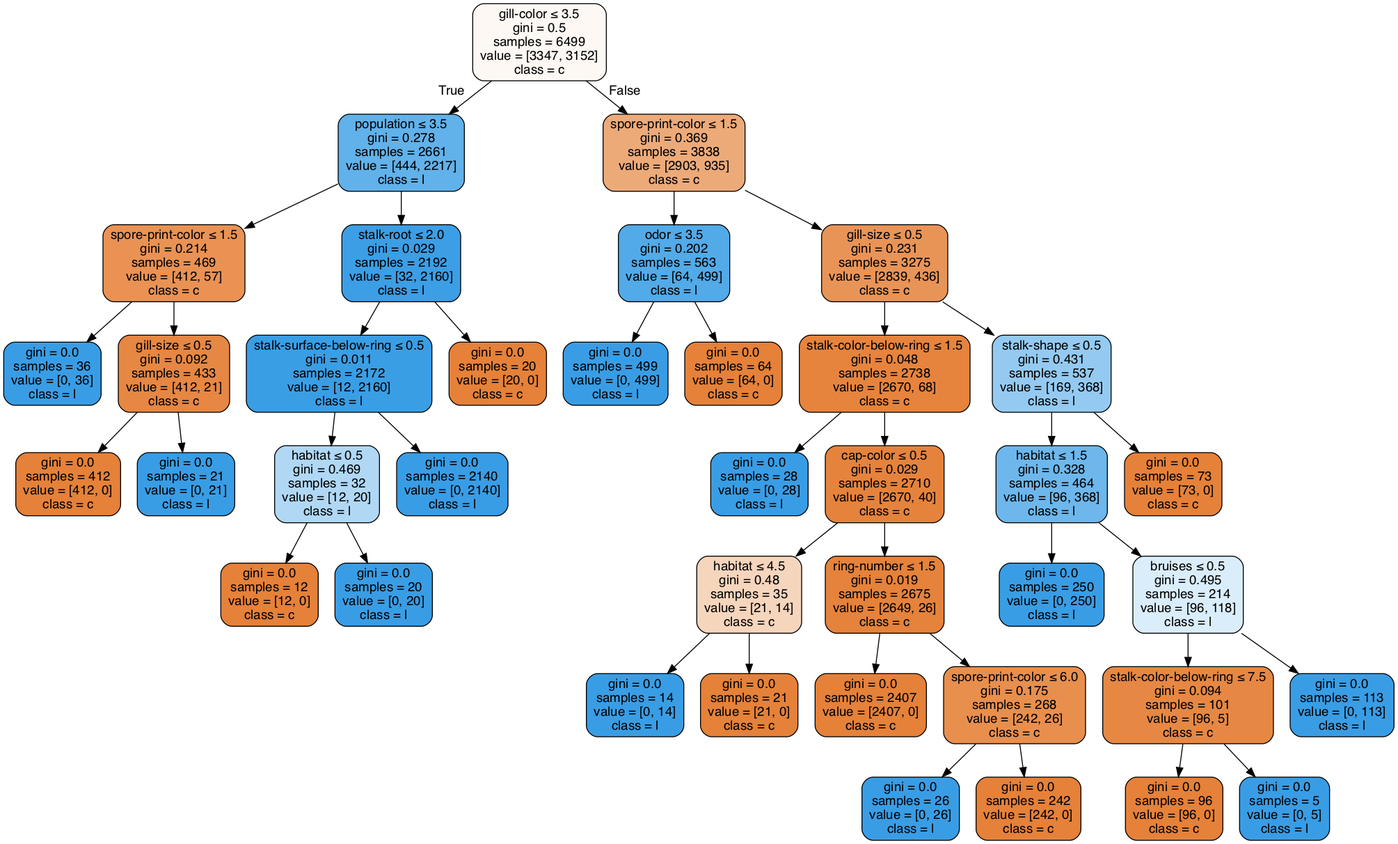
The Graphviz diagram Lab02/clf-80-20.gv.png in anhle199/Intro2AI-HCMUS, before a commit. Its source is kept beside it as Lab02/clf-80-20.gv.
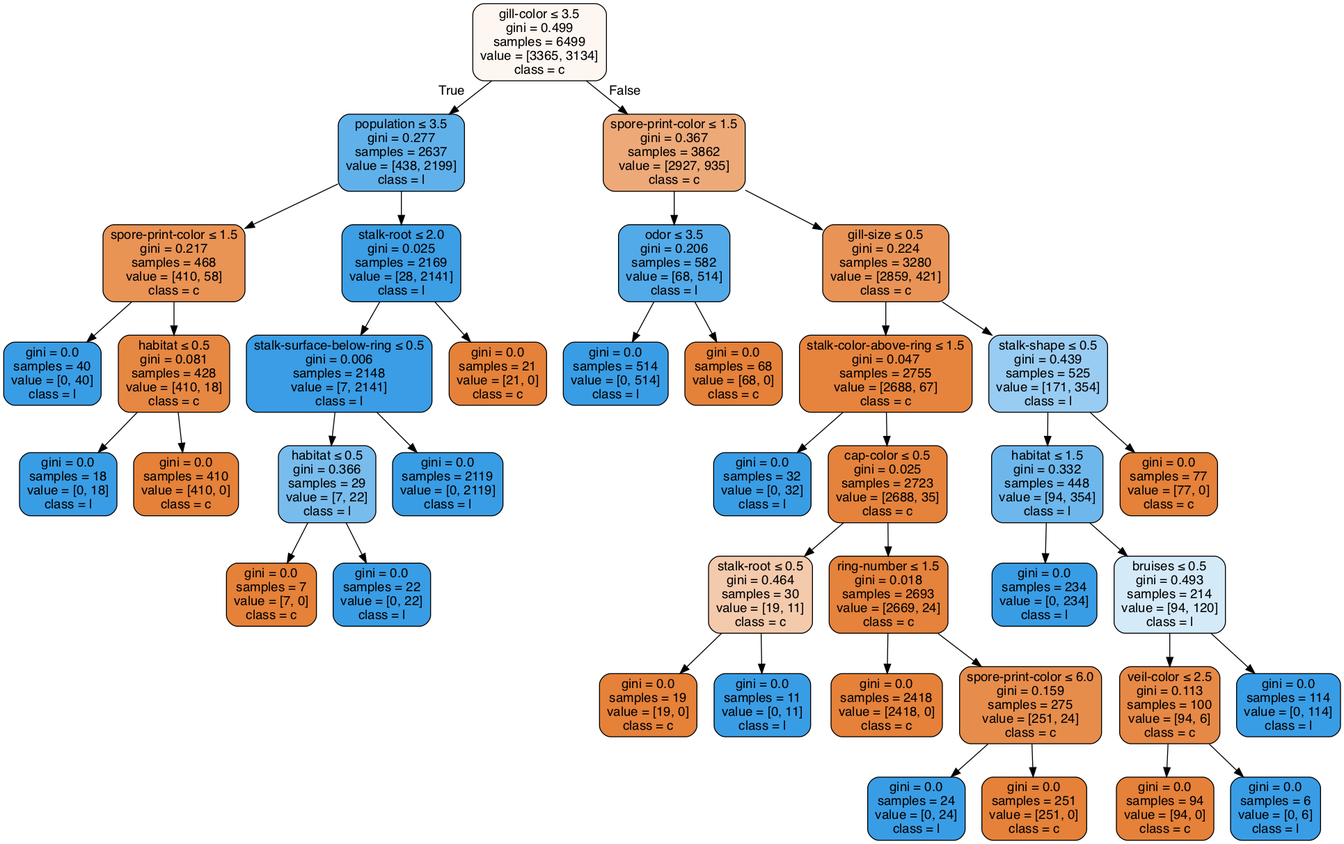
After the change.

The edit, as a diff of the source:
```diff
@@ -1,81 +1,81 @@
 digraph Tree {
 node [shape=box, style="filled, rounded", color="black", fontname=helvetica] ;
 edge [fontname=helvetica] ;
-0 [label=<gill-color &le; 3.5<br/>gini = 0.5<br/>samples = 6499<br/>value = [3347, 3152]<br/>class = c>, fillcolor="#fdf8f3"] ;
-1 [label=<population &le; 3.5<br/>gini = 0.278<br/>samples = 2661<br/>value = [444, 2217]<br/>class = l>, fillcolor="#61b1ea"] ;
+0 [label=<gill-color &le; 3.5<br/>gini = 0.499<br/>samples = 6499<br/>value = [3365, 3134]<br/>class = c>, fillcolor="#fdf6f1"] ;
+1 [label=<population &le; 3.5<br/>gini = 0.277<br/>samples = 2637<br/>value = [438, 2199]<br/>class = l>, fillcolor="#60b1ea"] ;
 0 -> 1 [labeldistance=2.5, labelangle=45, headlabel="True"] ;
-2 [label=<spore-print-color &le; 1.5<br/>gini = 0.214<br/>samples = 469<br/>value = [412, 57]<br/>class = c>, fillcolor="#e99254"] ;
+2 [label=<spore-print-color &le; 1.5<br/>gini = 0.217<br/>samples = 468<br/>value = [410, 58]<br/>class = c>, fillcolor="#e99355"] ;
 1 -> 2 ;
-3 [label=<gini = 0.0<br/>samples = 36<br/>value = [0, 36]<br/>class = l>, fillcolor="#399de5"] ;
+3 [label=<gini = 0.0<br/>samples = 40<br/>value = [0, 40]<br/>class = l>, fillcolor="#399de5"] ;
 2 -> 3 ;
-4 [label=<gill-size &le; 0.5<br/>gini = 0.092<br/>samples = 433<br/>value = [412, 21]<br/>class = c>, fillcolor="#e68743"] ;
+4 [label=<habitat &le; 0.5<br/>gini = 0.081<br/>samples = 428<br/>value = [410, 18]<br/>class = c>, fillcolor="#e68742"] ;
 2 -> 4 ;
-5 [label=<gini = 0.0<br/>samples = 412<br/>value = [412, 0]<br/>class = c>, fillcolor="#e58139"] ;
+5 [label=<gini = 0.0<br/>samples = 18<br/>value = [0, 18]<br/>class = l>, fillcolor="#399de5"] ;
 4 -> 5 ;
-6 [label=<gini = 0.0<br/>samples = 21<br/>value = [0, 21]<br/>class = l>, fillcolor="#399de5"] ;
+6 [label=<gini = 0.0<br/>samples = 410<br/>value = [410, 0]<br/>class = c>, fillcolor="#e58139"] ;
 4 -> 6 ;
-7 [label=<stalk-root &le; 2.0<br/>gini = 0.029<br/>samples = 2192<br/>value = [32, 2160]<br/>class = l>, fillcolor="#3c9ee5"] ;
+7 [label=<stalk-root &le; 2.0<br/>gini = 0.025<br/>samples = 2169<br/>value = [28, 2141]<br/>class = l>, fillcolor="#3c9ee5"] ;
 1 -> 7 ;
-8 [label=<stalk-surface-below-ring &le; 0.5<br/>gini = 0.011<br/>samples = 2172<br/>value = [12, 2160]<br/>class = l>, fillcolor="#3a9ee5"] ;
+8 [label=<stalk-surface-below-ring &le; 0.5<br/>gini = 0.006<br/>samples = 2148<br/>value = [7, 2141]<br/>class = l>, fillcolor="#3a9de5"] ;
 7 -> 8 ;
-9 [label=<habitat &le; 0.5<br/>gini = 0.469<br/>samples = 32<br/>value = [12, 20]<br/>class = l>, fillcolor="#b0d8f5"] ;
+9 [label=<habitat &le; 0.5<br/>gini = 0.366<br/>samples = 29<br/>value = [7, 22]<br/>class = l>, fillcolor="#78bced"] ;
 8 -> 9 ;
-10 [label=<gini = 0.0<br/>samples = 12<br/>value = [12, 0]<br/>class = c>, fillcolor="#e58139"] ;
+10 [label=<gini = 0.0<br/>samples = 7<br/>value = [7, 0]<br/>class = c>, fillcolor="#e58139"] ;
 9 -> 10 ;
-11 [label=<gini = 0.0<br/>samples = 20<br/>value = [0, 20]<br/>class = l>, fillcolor="#399de5"] ;
+11 [label=<gini = 0.0<br/>samples = 22<br/>value = [0, 22]<br/>class = l>, fillcolor="#399de5"] ;
 9 -> 11 ;
-12 [label=<gini = 0.0<br/>samples = 2140<br/>value = [0, 2140]<br/>class = l>, fillcolor="#399de5"] ;
+12 [label=<gini = 0.0<br/>samples = 2119<br/>value = [0, 2119]<br/>class = l>, fillcolor="#399de5"] ;
 8 -> 12 ;
-13 [label=<gini = 0.0<br/>samples = 20<br/>value = [20, 0]<br/>class = c>, fillcolor="#e58139"] ;
+13 [label=<gini = 0.0<br/>samples = 21<br/>value = [21, 0]<br/>class = c>, fillcolor="#e58139"] ;
 7 -> 13 ;
-14 [label=<spore-print-color &le; 1.5<br/>gini = 0.369<br/>samples = 3838<br/>value = [2903, 935]<br/>class = c>, fillcolor="#edaa79"] ;
+14 [label=<spore-print-color &le; 1.5<br/>gini = 0.367<br/>samples = 3862<br/>value = [2927, 935]<br/>class = c>, fillcolor="#eda978"] ;
 0 -> 14 [labeldistance=2.5, labelangle=-45, headlabel="False"] ;
-15 [label=<odor &le; 3.5<br/>gini = 0.202<br/>samples = 563<br/>value = [64, 499]<br/>class = l>, fillcolor="#52aae8"] ;
+15 [label=<odor &le; 3.5<br/>gini = 0.206<br/>samples = 582<br/>value = [68, 514]<br/>class = l>, fillcolor="#53aae8"] ;
 14 -> 15 ;
-16 [label=<gini = 0.0<br/>samples = 499<br/>value = [0, 499]<br/>class = l>, fillcolor="#399de5"] ;
+16 [label=<gini = 0.0<br/>samples = 514<br/>value = [0, 514]<br/>class = l>, fillcolor="#399de5"] ;
 15 -> 16 ;
-17 [label=<gini = 0.0<br/>samples = 64<br/>value = [64, 0]<br/>class = c>, fillcolor="#e58139"] ;
+17 [label=<gini = 0.0<br/>samples = 68<br/>value = [68, 0]<br/>class = c>, fillcolor="#e58139"] ;
 15 -> 17 ;
-18 [label=<gill-size &le; 0.5<br/>gini = 0.231<br/>samples = 3275<br/>value = [2839, 436]<br/>class = c>, fillcolor="#e99457"] ;
+18 [label=<gill-size &le; 0.5<br/>gini = 0.224<br/>samples = 3280<br/>value = [2859, 421]<br/>class = c>, fillcolor="#e99456"] ;
 14 -> 18 ;
-19 [label=<stalk-color-below-ring &le; 1.5<br/>gini = 0.048<br/>samples = 2738<br/>value = [2670, 68]<br/>class = c>, fillcolor="#e6843e"] ;
+19 [label=<stalk-color-above-ring &le; 1.5<br/>gini = 0.047<br/>samples = 2755<br/>value = [2688, 67]<br/>class = c>, fillcolor="#e6843e"] ;
 18 -> 19 ;
-20 [label=<gini = 0.0<br/>samples = 28<br/>value = [0, 28]<br/>class = l>, fillcolor="#399de5"] ;
+20 [label=<gini = 0.0<br/>samples = 32<br/>value = [0, 32]<br/>class = l>, fillcolor="#399de5"] ;
 19 -> 20 ;
-21 [label=<cap-color &le; 0.5<br/>gini = 0.029<br/>samples = 2710<br/>value = [2670, 40]<br/>class = c>, fillcolor="#e5833c"] ;
+21 [label=<cap-color &le; 0.5<br/>gini = 0.025<br/>samples = 2723<br/>value = [2688, 35]<br/>class = c>, fillcolor="#e5833c"] ;
 19 -> 21 ;
-22 [label=<habitat &le; 4.5<br/>gini = 0.48<br/>samples = 35<br/>value = [21, 14]<br/>class = c>, fillcolor="#f6d5bd"] ;
+22 [label=<stalk-root &le; 0.5<br/>gini = 0.464<br/>samples = 30<br/>value = [19, 11]<br/>class = c>, fillcolor="#f4caac"] ;
 21 -> 22 ;
-23 [label=<gini = 0.0<br/>samples = 14<br/>value = [0, 14]<br/>class = l>, fillcolor="#399de5"] ;
+23 [label=<gini = 0.0<br/>samples = 19<br/>value = [19, 0]<br/>class = c>, fillcolor="#e58139"] ;
 22 -> 23 ;
-24 [label=<gini = 0.0<br/>samples = 21<br/>value = [21, 0]<br/>class = c>, fillcolor="#e58139"] ;
+24 [label=<gini = 0.0<br/>samples = 11<br/>value = [0, 11]<br/>class = l>, fillcolor="#399de5"] ;
 22 -> 24 ;
-25 [label=<ring-number &le; 1.5<br/>gini = 0.019<br/>samples = 2675<br/>value = [2649, 26]<br/>class = c>, fillcolor="#e5823b"] ;
+25 [label=<ring-number &le; 1.5<br/>gini = 0.018<br/>samples = 2693<br/>value = [2669, 24]<br/>class = c>, fillcolor="#e5823b"] ;
 21 -> 25 ;
-26 [label=<gini = 0.0<br/>samples = 2407<br/>value = [2407, 0]<br/>class = c>, fillcolor="#e58139"] ;
+26 [label=<gini = 0.0<br/>samples = 2418<br/>value = [2418, 0]<br/>class = c>, fillcolor="#e58139"] ;
 25 -> 26 ;
-27 [label=<spore-print-color &le; 6.0<br/>gini = 0.175<br/>samples = 268<br/>value = [242, 26]<br/>class = c>, fillcolor="#e88f4e"] ;
+27 [label=<spore-print-color &le; 6.0<br/>gini = 0.159<br/>samples = 275<br/>value = [251, 24]<br/>class = c>, fillcolor="#e78d4c"] ;
 25 -> 27 ;
-28 [label=<gini = 0.0<br/>samples = 26<br/>value = [0, 26]<br/>class = l>, fillcolor="#399de5"] ;
+28 [label=<gini = 0.0<br/>samples = 24<br/>value = [0, 24]<br/>class = l>, fillcolor="#399de5"] ;
 27 -> 28 ;
-29 [label=<gini = 0.0<br/>samples = 242<br/>value = [242, 0]<br/>class = c>, fillcolor="#e58139"] ;
+29 [label=<gini = 0.0<br/>samples = 251<br/>value = [251, 0]<br/>class = c>, fillcolor="#e58139"] ;
 27 -> 29 ;
-30 [label=<stalk-shape &le; 0.5<br/>gini = 0.431<br/>samples = 537<br/>value = [169, 368]<br/>class = l>, fillcolor="#94caf1"] ;
+30 [label=<stalk-shape &le; 0.5<br/>gini = 0.439<br/>samples = 525<br/>value = [171, 354]<br/>class = l>, fillcolor="#99ccf2"] ;
 18 -> 30 ;
-31 [label=<habitat &le; 1.5<br/>gini = 0.328<br/>samples = 464<br/>value = [96, 368]<br/>class = l>, fillcolor="#6db7ec"] ;
+31 [label=<habitat &le; 1.5<br/>gini = 0.332<br/>samples = 448<br/>value = [94, 354]<br/>class = l>, fillcolor="#6eb7ec"] ;
 30 -> 31 ;
-32 [label=<gini = 0.0<br/>samples = 250<br/>value = [0, 250]<br/>class = l>, fillcolor="#399de5"] ;
+32 [label=<gini = 0.0<br/>samples = 234<br/>value = [0, 234]<br/>class = l>, fillcolor="#399de5"] ;
 31 -> 32 ;
-33 [label=<bruises &le; 0.5<br/>gini = 0.495<br/>samples = 214<br/>value = [96, 118]<br/>class = l>, fillcolor="#daedfa"] ;
+33 [label=<bruises &le; 0.5<br/>gini = 0.493<br/>samples = 214<br/>value = [94, 120]<br/>class = l>, fillcolor="#d4eaf9"] ;
 31 -> 33 ;
-34 [label=<stalk-color-below-ring &le; 7.5<br/>gini = 0.094<br/>samples = 101<br/>value = [96, 5]<br/>class = c>, fillcolor="#e68843"] ;
+34 [label=<veil-color &le; 2.5<br/>gini = 0.113<br/>samples = 100<br/>value = [94, 6]<br/>class = c>, fillcolor="#e78946"] ;
 33 -> 34 ;
-35 [label=<gini = 0.0<br/>samples = 96<br/>value = [96, 0]<br/>class = c>, fillcolor="#e58139"] ;
+35 [label=<gini = 0.0<br/>samples = 94<br/>value = [94, 0]<br/>class = c>, fillcolor="#e58139"] ;
 34 -> 35 ;
-36 [label=<gini = 0.0<br/>samples = 5<br/>value = [0, 5]<br/>class = l>, fillcolor="#399de5"] ;
+36 [label=<gini = 0.0<br/>samples = 6<br/>value = [0, 6]<br/>class = l>, fillcolor="#399de5"] ;
 34 -> 36 ;
-37 [label=<gini = 0.0<br/>samples = 113<br/>value = [0, 113]<br/>class = l>, fillcolor="#399de5"] ;
+37 [label=<gini = 0.0<br/>samples = 114<br/>value = [0, 114]<br/>class = l>, fillcolor="#399de5"] ;
 33 -> 37 ;
-38 [label=<gini = 0.0<br/>samples = 73<br/>value = [73, 0]<br/>class = c>, fillcolor="#e58139"] ;
+38 [label=<gini = 0.0<br/>samples = 77<br/>value = [77, 0]<br/>class = c>, fillcolor="#e58139"] ;
 30 -> 38 ;
 }
```
